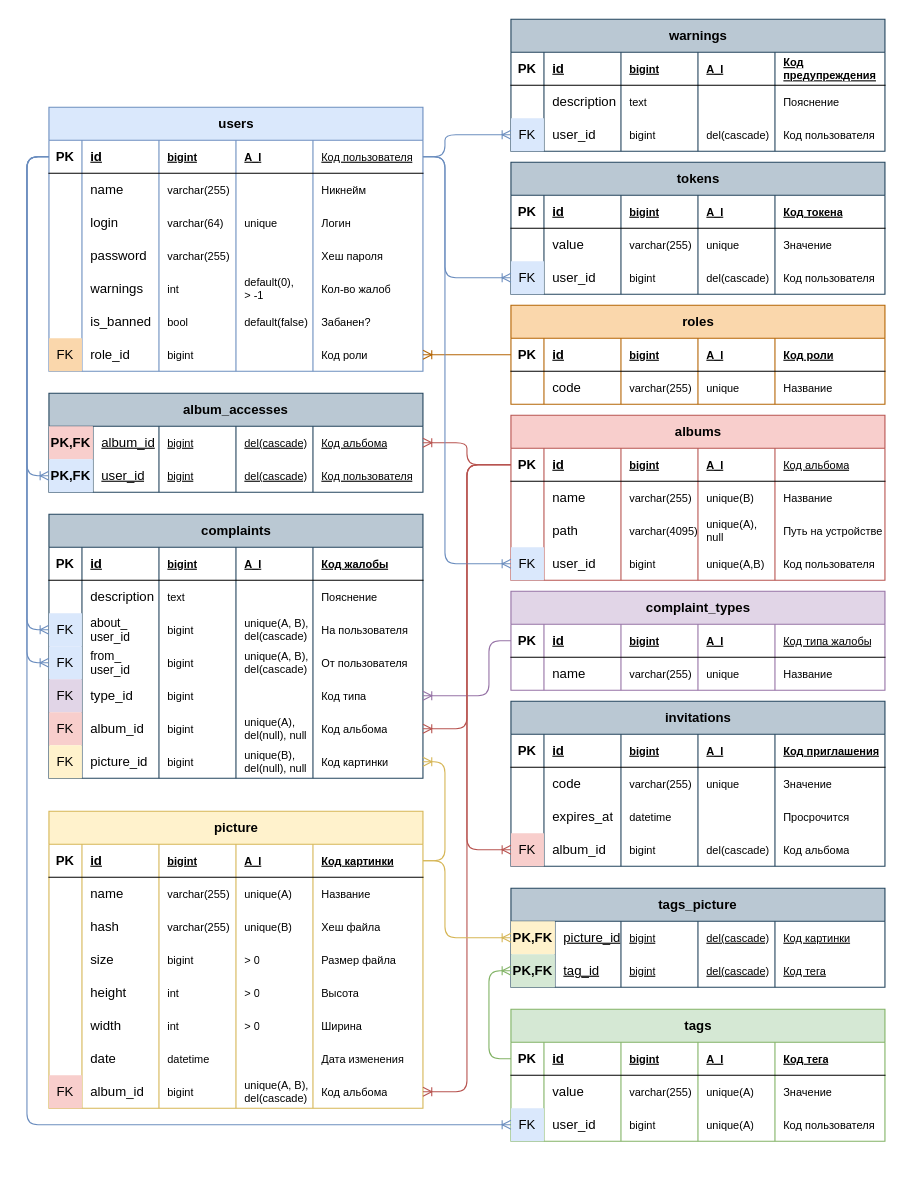
savayaqu/course-project-4 keeps this draw.io diagram as page "Физич" (3 of 4) of docs/Модели БД.drawio. Above is the earlier version. Source tidied: cells renumbered, new cells numbered last; positions are measured from the earlier drawing's top-left corner, leaving out a move shared by most shapes. Both pictures are drawn from the tidied source at 110%, with x=0, y=0 at pixel (26, 19).
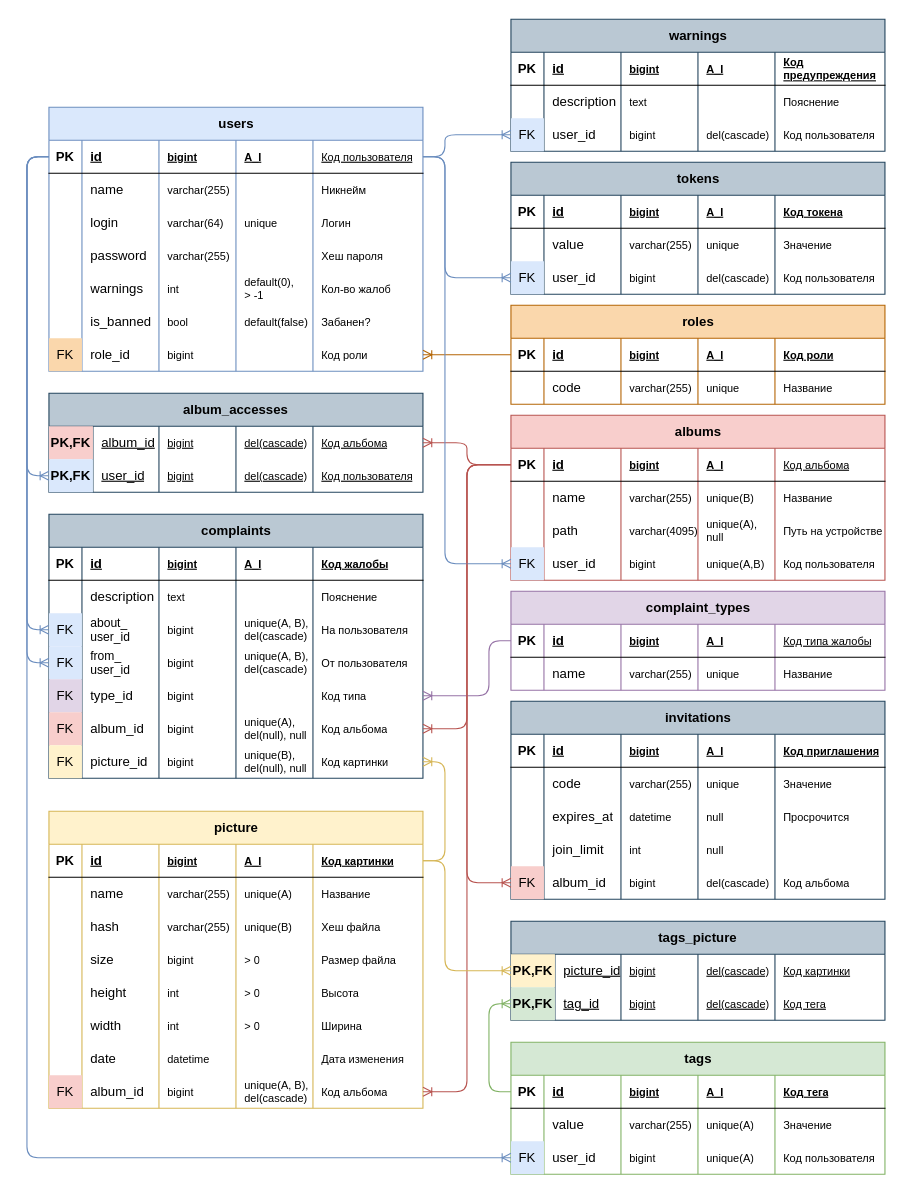
Above is the later version.

Unchanged cells that the change refers to:
```xml
<mxCell id="16" style="shape=tableRow;horizontal=0;startSize=0;swimlaneHead=0;swimlaneBody=0;fillColor=none;points=[[0,0.5],[1,0.5]];portConstraint=eastwest;top=0;left=0;right=0;bottom=1;labelBackgroundColor=none;" parent="15" vertex="1">
  <mxGeometry y="30" width="340" height="30" as="geometry" />
</mxCell>
<mxCell id="78" style="shape=tableRow;horizontal=0;startSize=0;swimlaneHead=0;swimlaneBody=0;fillColor=none;points=[[0,0.5],[1,0.5]];portConstraint=eastwest;top=0;left=0;right=0;bottom=1;labelBackgroundColor=none;" parent="77" vertex="1">
  <mxGeometry y="30" width="340" height="30" as="geometry" />
</mxCell>
<mxCell id="90" style="shape=tableRow;horizontal=0;startSize=0;swimlaneHead=0;swimlaneBody=0;fillColor=none;points=[[0,0.5],[1,0.5]];portConstraint=eastwest;top=0;left=0;right=0;bottom=0;labelBackgroundColor=none;" parent="77" vertex="1">
  <mxGeometry y="90" width="340" height="30" as="geometry" />
</mxCell>
<mxCell id="97" style="shape=tableRow;horizontal=0;startSize=0;swimlaneHead=0;swimlaneBody=0;fillColor=none;points=[[0,0.5],[1,0.5]];portConstraint=eastwest;top=0;left=0;right=0;bottom=0;html=1;fontFamily=Helvetica;fontSize=12;fontColor=default;labelBackgroundColor=none;" parent="96" vertex="1">
  <mxGeometry y="30" width="340" height="30" as="geometry" />
</mxCell>
<mxCell id="103" style="shape=tableRow;horizontal=0;startSize=0;swimlaneHead=0;swimlaneBody=0;fillColor=none;points=[[0,0.5],[1,0.5]];portConstraint=eastwest;top=0;left=0;right=0;bottom=0;html=1;fontFamily=Helvetica;fontSize=12;fontColor=default;labelBackgroundColor=none;" parent="96" vertex="1">
  <mxGeometry y="60" width="340" height="30" as="geometry" />
</mxCell>
<mxCell id="110" style="shape=tableRow;horizontal=0;startSize=0;swimlaneHead=0;swimlaneBody=0;fillColor=none;points=[[0,0.5],[1,0.5]];portConstraint=eastwest;top=0;left=0;right=0;bottom=1;labelBackgroundColor=none;" parent="109" vertex="1">
  <mxGeometry y="30" width="340" height="30" as="geometry" />
</mxCell>
<mxCell id="135" style="shape=tableRow;horizontal=0;startSize=0;swimlaneHead=0;swimlaneBody=0;fillColor=none;points=[[0,0.5],[1,0.5]];portConstraint=eastwest;top=0;left=0;right=0;bottom=1;labelBackgroundColor=none;" parent="134" vertex="1">
  <mxGeometry y="30" width="340" height="30" as="geometry" />
</mxCell>
<mxCell id="209" style="shape=tableRow;horizontal=0;startSize=0;swimlaneHead=0;swimlaneBody=0;fillColor=none;top=0;left=0;right=0;bottom=0;labelBackgroundColor=none;" parent="196" vertex="1">
  <mxGeometry y="90" width="340" height="30" as="geometry" />
</mxCell>
```

The edit, as a diff of the source:
```diff
@@
     <mxCell id="77" value="tags" style="shape=table;startSize=30;childLayout=tableLayout;rowLines=0;fontStyle=1;align=center;html=1;fillColor=#d5e8d4;strokeColor=#82b366;labelBackgroundColor=none;" parent="1" vertex="1">
-      <mxGeometry x="440" y="900" width="340" height="120" as="geometry" />
+      <mxGeometry x="440" y="930" width="340" height="120" as="geometry" />
     </mxCell>
@@
     <mxCell id="96" value="tags_picture" style="shape=table;startSize=30;childLayout=tableLayout;rowLines=0;fontStyle=1;align=center;whiteSpace=wrap;fontFamily=Helvetica;fontSize=12;labelBackgroundColor=none;fillColor=#bac8d3;strokeColor=#23445d;html=1;" parent="1" vertex="1">
-      <mxGeometry x="440" y="790" width="340" height="90" as="geometry" />
+      <mxGeometry x="440" y="820" width="340" height="90" as="geometry" />
     </mxCell>
@@
     <mxCell id="196" value="invitations" style="shape=table;startSize=30;childLayout=tableLayout;rowLines=0;fontStyle=1;align=center;html=1;fillColor=#bac8d3;strokeColor=#23445d;labelBackgroundColor=none;" parent="1" vertex="1">
-      <mxGeometry x="440" y="620" width="340" height="150" as="geometry" />
+      <mxGeometry x="440" y="620" width="340" height="180" as="geometry" />
     </mxCell>
@@
-    <mxCell id="213" style="shape=partialRectangle;fillColor=none;top=0;left=0;bottom=0;right=0;align=left;spacingLeft=6;overflow=hidden;whiteSpace=wrap;html=1;labelBackgroundColor=none;fontSize=10;" parent="209" vertex="1">
+    <mxCell id="213" value="null" style="shape=partialRectangle;fillColor=none;top=0;left=0;bottom=0;right=0;align=left;spacingLeft=6;overflow=hidden;whiteSpace=wrap;html=1;labelBackgroundColor=none;fontSize=10;" parent="209" vertex="1">
       <mxGeometry x="170" width="70" height="30" as="geometry" />
     </mxCell>
@@
+    <mxCell id="313" style="shape=tableRow;horizontal=0;startSize=0;swimlaneHead=0;swimlaneBody=0;fillColor=none;top=0;left=0;right=0;bottom=0;labelBackgroundColor=none;" parent="196" vertex="1">
+      <mxGeometry y="120" width="340" height="30" as="geometry" />
+    </mxCell>
+    <mxCell id="314" style="shape=partialRectangle;fillColor=none;top=0;left=0;bottom=0;right=0;overflow=hidden;whiteSpace=wrap;html=1;labelBackgroundColor=none;" parent="313" vertex="1">
+      <mxGeometry width="30" height="30" as="geometry" />
+    </mxCell>
+    <mxCell id="315" value="join_limit" style="shape=partialRectangle;fillColor=none;top=0;left=0;bottom=0;right=0;align=left;spacingLeft=6;overflow=hidden;whiteSpace=wrap;html=1;labelBackgroundColor=none;" parent="313" vertex="1">
+      <mxGeometry x="30" width="70" height="30" as="geometry" />
+    </mxCell>
+    <mxCell id="316" value="int" style="shape=partialRectangle;fillColor=none;top=0;left=0;bottom=0;right=0;align=left;spacingLeft=6;overflow=hidden;whiteSpace=wrap;html=1;labelBackgroundColor=none;fontSize=10;" parent="313" vertex="1">
+      <mxGeometry x="100" width="70" height="30" as="geometry" />
+    </mxCell>
+    <mxCell id="317" value="null" style="shape=partialRectangle;fillColor=none;top=0;left=0;bottom=0;right=0;align=left;spacingLeft=6;overflow=hidden;whiteSpace=wrap;html=1;labelBackgroundColor=none;fontSize=10;" parent="313" vertex="1">
+      <mxGeometry x="170" width="70" height="30" as="geometry" />
+    </mxCell>
+    <mxCell id="318" style="shape=partialRectangle;fillColor=none;top=0;left=0;bottom=0;right=0;align=left;spacingLeft=6;overflow=hidden;whiteSpace=wrap;html=1;labelBackgroundColor=none;fontSize=10;" parent="313" vertex="1">
+      <mxGeometry x="240" width="100" height="30" as="geometry" />
+    </mxCell>
     <mxCell id="215" style="shape=tableRow;horizontal=0;startSize=0;swimlaneHead=0;swimlaneBody=0;fillColor=none;points=[[0,0.5],[1,0.5]];portConstraint=eastwest;top=0;left=0;right=0;bottom=0;labelBackgroundColor=none;" parent="196" vertex="1">
-      <mxGeometry y="120" width="340" height="30" as="geometry" />
+      <mxGeometry y="150" width="340" height="30" as="geometry" />
     </mxCell>
@@
     <mxCell id="285" style="edgeStyle=orthogonalEdgeStyle;shape=connector;curved=0;rounded=1;jettySize=auto;html=1;strokeColor=#6c8ebf;align=center;verticalAlign=middle;fontFamily=Helvetica;fontSize=11;fontColor=default;labelBackgroundColor=default;endArrow=ERoneToMany;endFill=0;fillColor=#dae8fc;" parent="1" edge="1" source="16" target="90">
       <mxGeometry relative="1" as="geometry">
         <Array as="points">
           <mxPoint y="125" />
-          <mxPoint y="1005" />
+          <mxPoint y="1035" />
         </Array>
       </mxGeometry>
     </mxCell>
@@
     <mxCell id="287" style="edgeStyle=orthogonalEdgeStyle;shape=connector;curved=0;rounded=1;jettySize=auto;html=1;strokeColor=#d6b656;align=center;verticalAlign=middle;fontFamily=Helvetica;fontSize=11;fontColor=default;labelBackgroundColor=default;endArrow=ERoneToMany;endFill=0;fillColor=#fff2cc;" parent="1" edge="1" source="135" target="97">
       <mxGeometry relative="1" as="geometry">
         <Array as="points">
           <mxPoint x="380" y="765" />
-          <mxPoint x="380" y="835" />
+          <mxPoint x="380" y="865" />
         </Array>
       </mxGeometry>
     </mxCell>
     <mxCell id="288" style="edgeStyle=orthogonalEdgeStyle;shape=connector;curved=0;rounded=1;jettySize=auto;html=1;strokeColor=#82b366;align=center;verticalAlign=middle;fontFamily=Helvetica;fontSize=11;fontColor=default;labelBackgroundColor=default;endArrow=ERoneToMany;endFill=0;fillColor=#d5e8d4;" parent="1" edge="1" source="78" target="103">
       <mxGeometry relative="1" as="geometry">
         <Array as="points">
-          <mxPoint x="420" y="945" />
-          <mxPoint x="420" y="865" />
+          <mxPoint x="420" y="975" />
+          <mxPoint x="420" y="895" />
         </Array>
       </mxGeometry>
     </mxCell>
@@
     <mxCell id="312" style="edgeStyle=orthogonalEdgeStyle;shape=connector;curved=0;rounded=1;jettySize=auto;html=1;labelBackgroundColor=default;strokeColor=#b85450;fontFamily=Helvetica;fontSize=11;fontColor=default;endArrow=ERoneToMany;endFill=0;fillColor=#f8cecc;" parent="1" edge="1" source="110" target="215">
       <mxGeometry relative="1" as="geometry">
         <Array as="points">
           <mxPoint x="400" y="405" />
-          <mxPoint x="400" y="755" />
+          <mxPoint x="400" y="785" />
         </Array>
       </mxGeometry>
     </mxCell>
```
